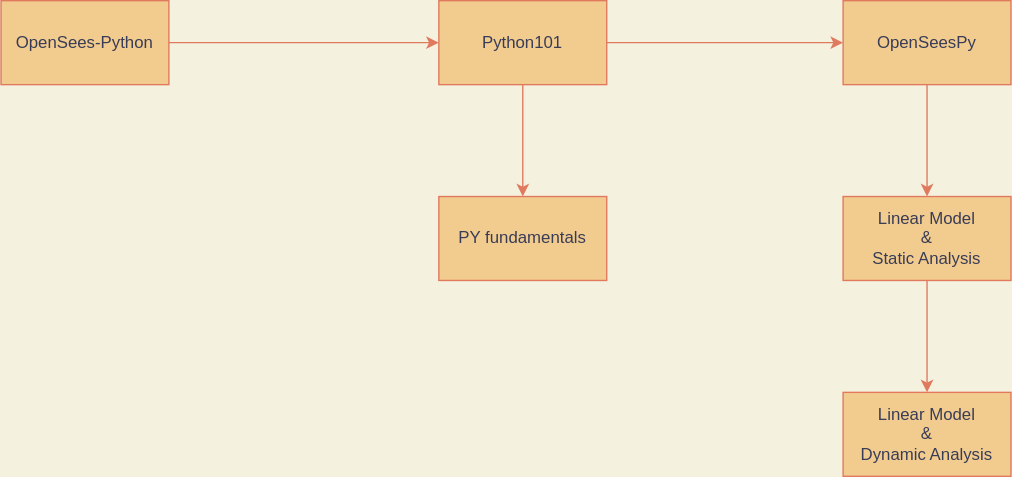
Before: Python-OpenSeesPy/img/aad_OSW-6ICEES.drawio.svg, a diagram exported from draw.io (volkanozsarac/OSW-6ICEES). Source tidied: cells renumbered, new cells last; positions are measured from the earlier drawing's top-left corner, leaving out a move shared by most shapes. Its diagram source:
```xml
<mxGraphModel background="#F4F1DE">
  <root>
    <mxCell id="0" />
    <mxCell id="1" parent="0" />
    <mxCell id="2" style="edgeStyle=orthogonalEdgeStyle;curved=0;rounded=1;sketch=0;jettySize=auto;html=1;fontColor=#393C56;strokeColor=#E07A5F;fillColor=#F2CC8F;labelBackgroundColor=#F4F1DE;" parent="1" edge="1" source="3" target="6">
      <mxGeometry relative="1" as="geometry" />
    </mxCell>
    <mxCell id="3" value="OpenSees-Python" style="rounded=0;whiteSpace=wrap;html=1;fillColor=#F2CC8F;strokeColor=#E07A5F;fontColor=#393C56;" parent="1" vertex="1">
      <mxGeometry width="120" height="60" as="geometry" />
    </mxCell>
    <mxCell id="4" style="edgeStyle=orthogonalEdgeStyle;curved=0;rounded=1;sketch=0;jettySize=auto;html=1;fontColor=#393C56;strokeColor=#E07A5F;fillColor=#F2CC8F;labelBackgroundColor=#F4F1DE;" parent="1" edge="1" source="6" target="8">
      <mxGeometry relative="1" as="geometry" />
    </mxCell>
    <mxCell id="5" style="edgeStyle=orthogonalEdgeStyle;curved=0;rounded=1;sketch=0;jettySize=auto;html=1;fontColor=#393C56;strokeColor=#E07A5F;fillColor=#F2CC8F;labelBackgroundColor=#F4F1DE;" parent="1" edge="1" source="6" target="9">
      <mxGeometry relative="1" as="geometry" />
    </mxCell>
    <mxCell id="6" value="Python101" style="rounded=0;whiteSpace=wrap;html=1;fillColor=#F2CC8F;strokeColor=#E07A5F;fontColor=#393C56;" parent="1" vertex="1">
      <mxGeometry x="313" width="120" height="60" as="geometry" />
    </mxCell>
    <mxCell id="7" style="edgeStyle=orthogonalEdgeStyle;curved=0;rounded=1;sketch=0;jettySize=auto;html=1;fontColor=#393C56;strokeColor=#E07A5F;fillColor=#F2CC8F;labelBackgroundColor=#F4F1DE;" parent="1" edge="1" source="8" target="11">
      <mxGeometry relative="1" as="geometry" />
    </mxCell>
    <mxCell id="8" value="OpenSeesPy" style="rounded=0;whiteSpace=wrap;html=1;fillColor=#F2CC8F;strokeColor=#E07A5F;fontColor=#393C56;" parent="1" vertex="1">
      <mxGeometry x="602" width="120" height="60" as="geometry" />
    </mxCell>
    <mxCell id="9" value="PY fundamentals" style="rounded=0;whiteSpace=wrap;html=1;fillColor=#F2CC8F;strokeColor=#E07A5F;fontColor=#393C56;" parent="1" vertex="1">
      <mxGeometry x="313" y="140" width="120" height="60" as="geometry" />
    </mxCell>
    <mxCell id="10" style="edgeStyle=orthogonalEdgeStyle;curved=0;rounded=1;sketch=0;jettySize=auto;html=1;fontColor=#393C56;strokeColor=#E07A5F;fillColor=#F2CC8F;labelBackgroundColor=#F4F1DE;" parent="1" edge="1" source="11" target="12">
      <mxGeometry relative="1" as="geometry" />
    </mxCell>
    <mxCell id="11" value="Linear Model&lt;br&gt;&amp;amp;&lt;br&gt;Static Analysis" style="rounded=0;whiteSpace=wrap;html=1;fillColor=#F2CC8F;strokeColor=#E07A5F;fontColor=#393C56;" parent="1" vertex="1">
      <mxGeometry x="602" y="140" width="120" height="60" as="geometry" />
    </mxCell>
    <mxCell id="12" value="Linear Model&lt;br&gt;&amp;amp;&lt;br&gt;Dynamic Analysis" style="rounded=0;whiteSpace=wrap;html=1;fillColor=#F2CC8F;strokeColor=#E07A5F;fontColor=#393C56;" parent="1" vertex="1">
      <mxGeometry x="602" y="280" width="120" height="60" as="geometry" />
    </mxCell>
  </root>
</mxGraphModel>
```
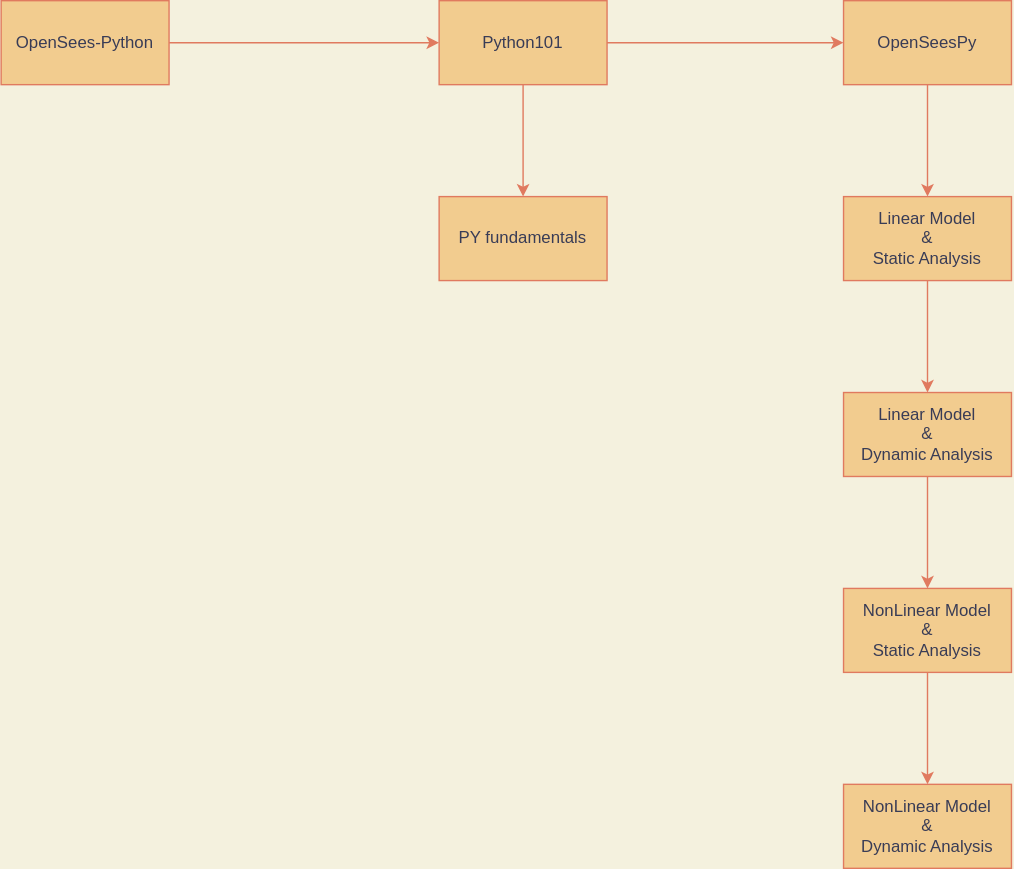
The same diagram one commit later.

Change to the diagram source:
```diff
@@ -32,8 +32,20 @@
     <mxCell id="11" value="Linear Model&lt;br&gt;&amp;amp;&lt;br&gt;Static Analysis" style="rounded=0;whiteSpace=wrap;html=1;fillColor=#F2CC8F;strokeColor=#E07A5F;fontColor=#393C56;" parent="1" vertex="1">
       <mxGeometry x="602" y="140" width="120" height="60" as="geometry" />
     </mxCell>
+    <mxCell id="13" style="edgeStyle=orthogonalEdgeStyle;curved=0;rounded=1;sketch=0;jettySize=auto;html=1;fontColor=#393C56;strokeColor=#E07A5F;fillColor=#F2CC8F;" parent="1" edge="1" source="12" target="15">
+      <mxGeometry relative="1" as="geometry" />
+    </mxCell>
     <mxCell id="12" value="Linear Model&lt;br&gt;&amp;amp;&lt;br&gt;Dynamic Analysis" style="rounded=0;whiteSpace=wrap;html=1;fillColor=#F2CC8F;strokeColor=#E07A5F;fontColor=#393C56;" parent="1" vertex="1">
       <mxGeometry x="602" y="280" width="120" height="60" as="geometry" />
     </mxCell>
+    <mxCell id="14" style="edgeStyle=orthogonalEdgeStyle;curved=0;rounded=1;sketch=0;jettySize=auto;html=1;fontColor=#393C56;strokeColor=#E07A5F;fillColor=#F2CC8F;" parent="1" edge="1" source="15" target="16">
+      <mxGeometry relative="1" as="geometry" />
+    </mxCell>
+    <mxCell id="15" value="NonLinear Model&lt;br&gt;&amp;amp;&lt;br&gt;Static Analysis" style="rounded=0;whiteSpace=wrap;html=1;fillColor=#F2CC8F;strokeColor=#E07A5F;fontColor=#393C56;" parent="1" vertex="1">
+      <mxGeometry x="602" y="420" width="120" height="60" as="geometry" />
+    </mxCell>
+    <mxCell id="16" value="NonLinear Model&lt;br&gt;&amp;amp;&lt;br&gt;Dynamic Analysis" style="rounded=0;whiteSpace=wrap;html=1;fillColor=#F2CC8F;strokeColor=#E07A5F;fontColor=#393C56;" parent="1" vertex="1">
+      <mxGeometry x="602" y="560" width="120" height="60" as="geometry" />
+    </mxCell>
   </root>
 </mxGraphModel>
```
